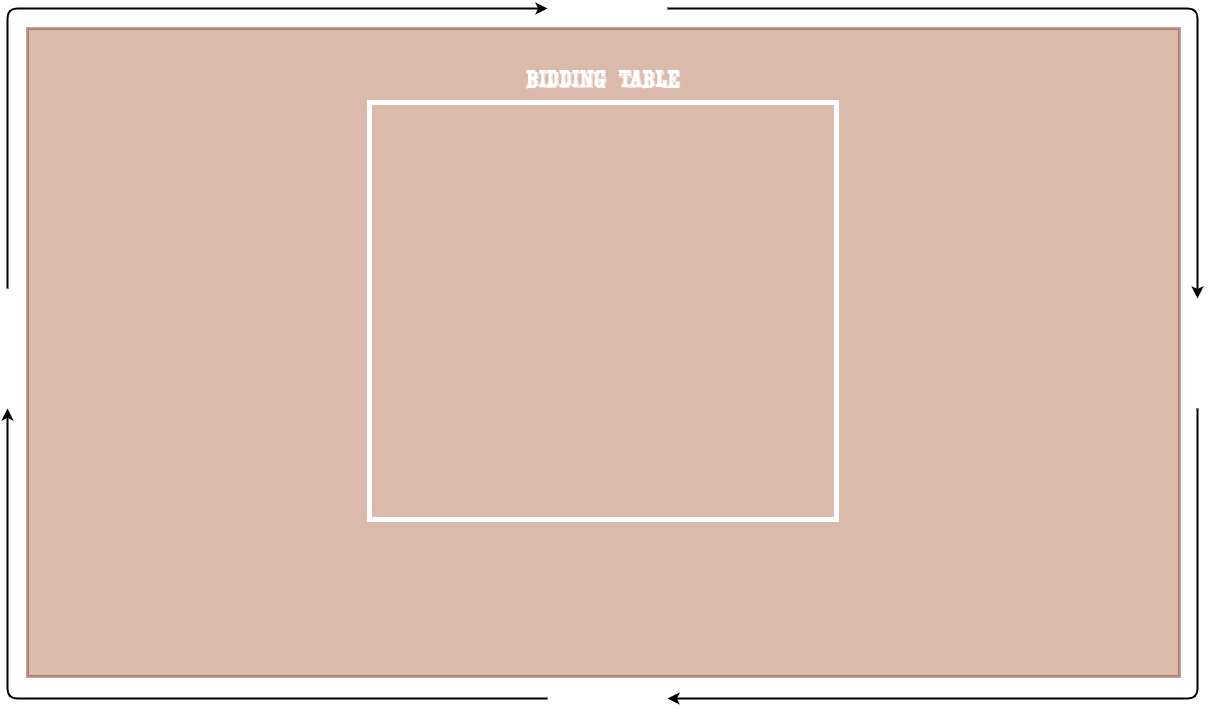
Earlier version of the draw.io export RubberContractBridge/guiResources/background/bidBoard.png (CFWagner/EPE321-RubberContractBridge). Source tidied: cells renumbered, new cells last; positions are measured from the earlier drawing's top-left corner, leaving out a move shared by most shapes. The source it was exported from:
```xml
<mxGraphModel>
  <root>
    <mxCell id="0" />
    <mxCell id="1" parent="0" />
    <mxCell id="2" style="rounded=0;whiteSpace=wrap;html=1;strokeColor=#6D1F00;fontColor=#ffffff;opacity=40;fillColor=#A0522D;strokeWidth=3;" parent="1" vertex="1">
      <mxGeometry x="20" y="20" width="1152" height="648" as="geometry" />
    </mxCell>
    <mxCell id="3" style="whiteSpace=wrap;html=1;fillColor=none;strokeWidth=5;strokeColor=#FFFFFF;" parent="1" vertex="1">
      <mxGeometry x="362" y="94" width="467" height="417" as="geometry" />
    </mxCell>
    <mxCell id="4" value="BIDDING TABLE" style="text;html=1;strokeColor=none;fillColor=none;align=center;verticalAlign=middle;whiteSpace=wrap;rounded=0;fontFamily=Montague;fontColor=#FFFFFF;strokeWidth=2;fontSize=25;" parent="1" vertex="1">
      <mxGeometry x="362" y="60" width="468" height="20" as="geometry" />
    </mxCell>
    <mxCell id="5" style="endArrow=classic;html=1;fontSize=22;fontColor=#FFFFFF;strokeWidth=2;" parent="1" edge="1">
      <mxGeometry relative="1" as="geometry">
        <mxPoint x="1190" y="400" as="sourcePoint" />
        <mxPoint x="660" y="690" as="targetPoint" />
        <Array as="points">
          <mxPoint x="1190" y="690" />
          <mxPoint x="920" y="690" />
        </Array>
      </mxGeometry>
    </mxCell>
    <mxCell id="6" style="endArrow=classic;html=1;fontSize=22;fontColor=#FFFFFF;strokeWidth=2;" parent="1" edge="1">
      <mxGeometry relative="1" as="geometry">
        <mxPoint x="540" y="690" as="sourcePoint" />
        <mxPoint y="400" as="targetPoint" />
        <Array as="points">
          <mxPoint y="690" />
        </Array>
      </mxGeometry>
    </mxCell>
    <mxCell id="7" style="endArrow=classic;html=1;fontSize=22;fontColor=#FFFFFF;strokeWidth=2;" parent="1" edge="1">
      <mxGeometry relative="1" as="geometry">
        <mxPoint y="280" as="sourcePoint" />
        <mxPoint x="540" as="targetPoint" />
        <Array as="points">
          <mxPoint />
        </Array>
      </mxGeometry>
    </mxCell>
    <mxCell id="8" style="endArrow=classic;html=1;fontSize=22;fontColor=#FFFFFF;strokeWidth=2;" parent="1" edge="1">
      <mxGeometry relative="1" as="geometry">
        <mxPoint x="660" as="sourcePoint" />
        <mxPoint x="1190" y="290" as="targetPoint" />
        <Array as="points">
          <mxPoint x="1190" />
        </Array>
      </mxGeometry>
    </mxCell>
  </root>
</mxGraphModel>
```
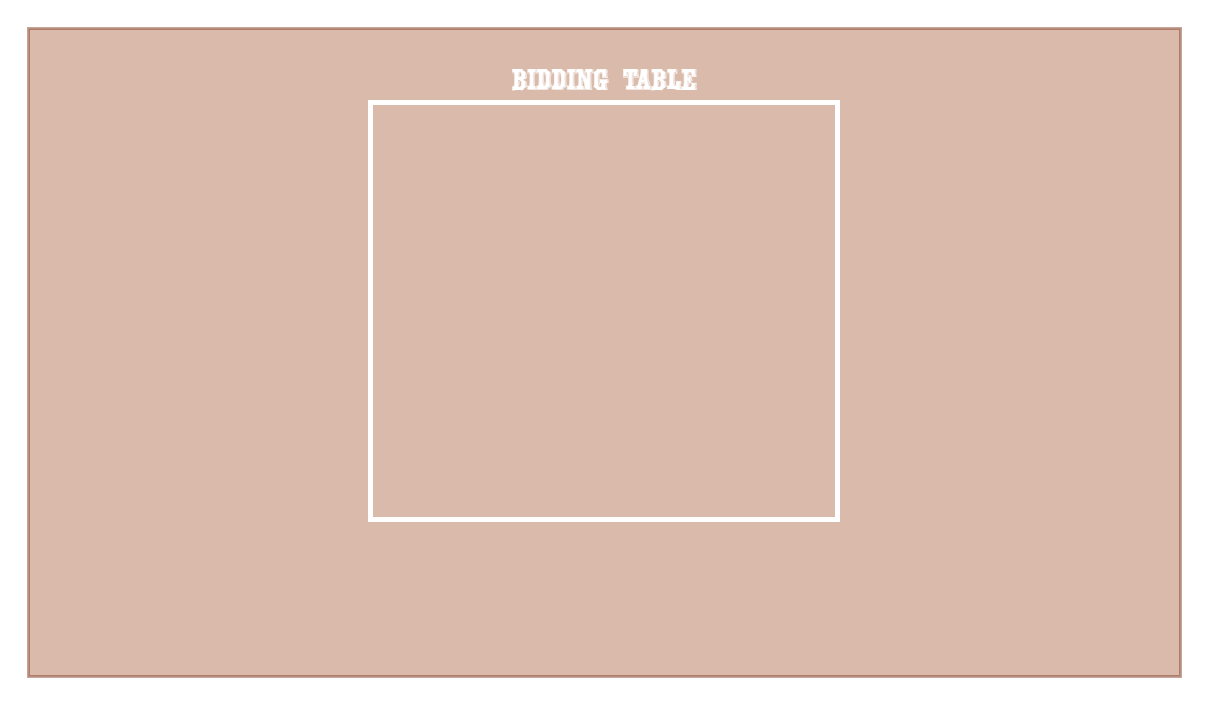
The same diagram one commit later.

Diff of the diagram source:
```diff
@@ -8,10 +8,10 @@
     <mxCell id="3" style="whiteSpace=wrap;html=1;fillColor=none;strokeWidth=5;strokeColor=#FFFFFF;" parent="1" vertex="1">
       <mxGeometry x="362" y="94" width="467" height="417" as="geometry" />
     </mxCell>
-    <mxCell id="4" value="BIDDING TABLE" style="text;html=1;strokeColor=none;fillColor=none;align=center;verticalAlign=middle;whiteSpace=wrap;rounded=0;fontFamily=Montague;fontColor=#FFFFFF;strokeWidth=2;fontSize=25;" parent="1" vertex="1">
+    <mxCell id="4" value="&lt;font style=&quot;font-size: 30px&quot;&gt;BIDDING TABLE&lt;/font&gt;" style="text;html=1;strokeColor=none;fillColor=none;align=center;verticalAlign=middle;whiteSpace=wrap;rounded=0;fontFamily=Montague;fontColor=#FFFFFF;strokeWidth=2;fontSize=25;" parent="1" vertex="1">
       <mxGeometry x="362" y="60" width="468" height="20" as="geometry" />
     </mxCell>
-    <mxCell id="5" style="endArrow=classic;html=1;fontSize=22;fontColor=#FFFFFF;strokeWidth=2;" parent="1" edge="1">
+    <mxCell id="5" style="endArrow=classic;html=1;fontSize=22;fontColor=#FFFFFF;strokeWidth=2;strokeColor=#FFFFFF;" parent="1" edge="1">
       <mxGeometry relative="1" as="geometry">
         <mxPoint x="1190" y="400" as="sourcePoint" />
         <mxPoint x="660" y="690" as="targetPoint" />
@@ -21,7 +21,7 @@
         </Array>
       </mxGeometry>
     </mxCell>
-    <mxCell id="6" style="endArrow=classic;html=1;fontSize=22;fontColor=#FFFFFF;strokeWidth=2;" parent="1" edge="1">
+    <mxCell id="6" style="endArrow=classic;html=1;fontSize=22;fontColor=#FFFFFF;strokeWidth=2;strokeColor=#FFFFFF;" parent="1" edge="1">
       <mxGeometry relative="1" as="geometry">
         <mxPoint x="540" y="690" as="sourcePoint" />
         <mxPoint y="400" as="targetPoint" />
@@ -30,7 +30,7 @@
         </Array>
       </mxGeometry>
     </mxCell>
-    <mxCell id="7" style="endArrow=classic;html=1;fontSize=22;fontColor=#FFFFFF;strokeWidth=2;" parent="1" edge="1">
+    <mxCell id="7" style="endArrow=classic;html=1;fontSize=22;fontColor=#FFFFFF;strokeWidth=2;strokeColor=#FFFFFF;" parent="1" edge="1">
       <mxGeometry relative="1" as="geometry">
         <mxPoint y="280" as="sourcePoint" />
         <mxPoint x="540" as="targetPoint" />
@@ -39,7 +39,7 @@
         </Array>
       </mxGeometry>
     </mxCell>
-    <mxCell id="8" style="endArrow=classic;html=1;fontSize=22;fontColor=#FFFFFF;strokeWidth=2;" parent="1" edge="1">
+    <mxCell id="8" style="endArrow=classic;html=1;fontSize=22;fontColor=#FFFFFF;strokeWidth=2;strokeColor=#FFFFFF;" parent="1" edge="1">
       <mxGeometry relative="1" as="geometry">
         <mxPoint x="660" as="sourcePoint" />
         <mxPoint x="1190" y="290" as="targetPoint" />
```
